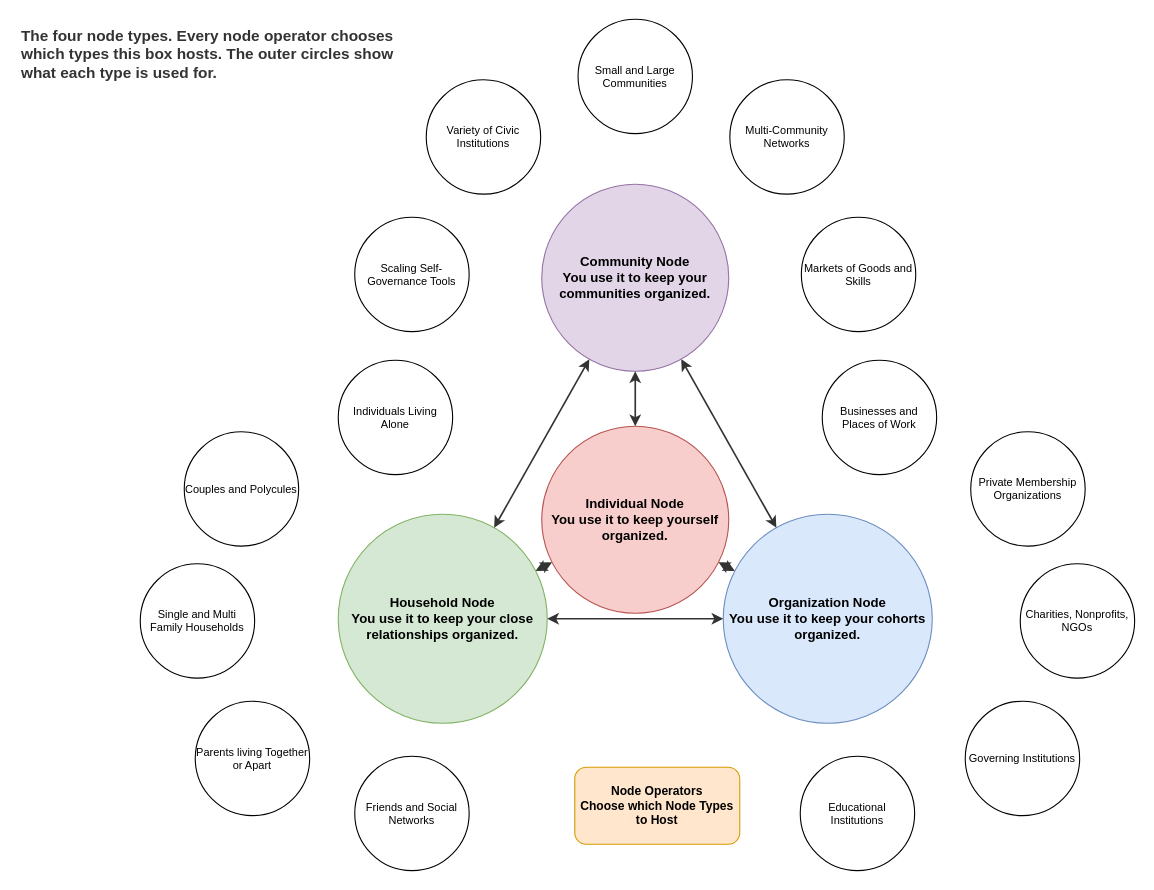
Earlier version of the draw.io diagram page "1 Node types" (1 of 4) of docs/architecture/NODE_PARADIGM.drawio (CosmopolitanCoalition/fair-constitution-app). Source tidied: cells renumbered, new cells numbered last; positions are measured from the earlier drawing's top-left corner, leaving out a move shared by most shapes. Both pictures are drawn from the tidied source at 110%, with x=0, y=0 at pixel (19, 19).
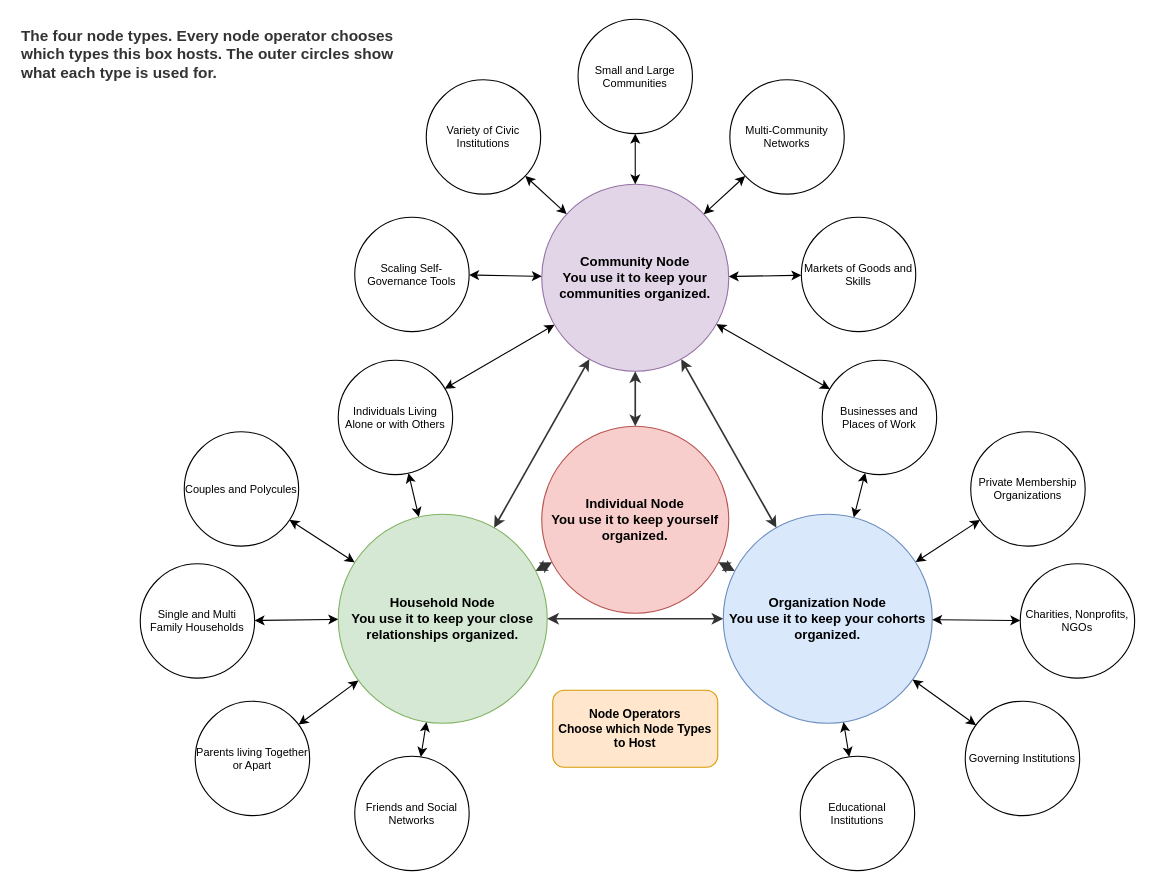
Above is the later version.

The change refers to these unchanged cells:
```xml
<mxCell id="3" value="Community Node&lt;br&gt;You use it to keep your communities organized." style="ellipse;whiteSpace=wrap;html=1;fillColor=#e1d5e7;strokeColor=#9673a6;fontSize=12;align=center;verticalAlign=middle;fontStyle=1;" parent="1" vertex="1">
  <mxGeometry x="475" y="150" width="170" height="170" as="geometry" />
</mxCell>
<mxCell id="5" value="Household Node&lt;br&gt;You use it to keep your close relationships organized." style="ellipse;whiteSpace=wrap;html=1;fillColor=#d5e8d4;strokeColor=#82b366;fontSize=12;align=center;verticalAlign=middle;fontStyle=1;" parent="1" vertex="1">
  <mxGeometry x="290" y="450" width="190" height="190" as="geometry" />
</mxCell>
<mxCell id="6" value="Organization Node&lt;br&gt;You use it to keep your cohorts organized." style="ellipse;whiteSpace=wrap;html=1;fillColor=#dae8fc;strokeColor=#6c8ebf;fontSize=12;align=center;verticalAlign=middle;fontStyle=1;" parent="1" vertex="1">
  <mxGeometry x="640" y="450" width="190" height="190" as="geometry" />
</mxCell>
<mxCell id="13" value="Small and Large Communities" style="ellipse;whiteSpace=wrap;html=1;fillColor=#ffffff;strokeColor=#000000;fontSize=10;align=center;verticalAlign=middle;" parent="1" vertex="1">
  <mxGeometry x="508" width="104" height="104" as="geometry" />
</mxCell>
<mxCell id="14" value="Variety of Civic Institutions" style="ellipse;whiteSpace=wrap;html=1;fillColor=#ffffff;strokeColor=#000000;fontSize=10;align=center;verticalAlign=middle;" parent="1" vertex="1">
  <mxGeometry x="370" y="55" width="104" height="104" as="geometry" />
</mxCell>
<mxCell id="15" value="Multi-Community Networks" style="ellipse;whiteSpace=wrap;html=1;fillColor=#ffffff;strokeColor=#000000;fontSize=10;align=center;verticalAlign=middle;" parent="1" vertex="1">
  <mxGeometry x="646" y="55" width="104" height="104" as="geometry" />
</mxCell>
<mxCell id="16" value="Scaling Self-Governance Tools" style="ellipse;whiteSpace=wrap;html=1;fillColor=#ffffff;strokeColor=#000000;fontSize=10;align=center;verticalAlign=middle;" parent="1" vertex="1">
  <mxGeometry x="305" y="180" width="104" height="104" as="geometry" />
</mxCell>
<mxCell id="17" value="Markets of Goods and Skills" style="ellipse;whiteSpace=wrap;html=1;fillColor=#ffffff;strokeColor=#000000;fontSize=10;align=center;verticalAlign=middle;" parent="1" vertex="1">
  <mxGeometry x="711" y="180" width="104" height="104" as="geometry" />
</mxCell>
<mxCell id="19" value="Couples and Polycules" style="ellipse;whiteSpace=wrap;html=1;fillColor=#ffffff;strokeColor=#000000;fontSize=10;align=center;verticalAlign=middle;" parent="1" vertex="1">
  <mxGeometry x="150" y="375" width="104" height="104" as="geometry" />
</mxCell>
<mxCell id="20" value="Single and Multi Family Households" style="ellipse;whiteSpace=wrap;html=1;fillColor=#ffffff;strokeColor=#000000;fontSize=10;align=center;verticalAlign=middle;" parent="1" vertex="1">
  <mxGeometry x="110" y="495" width="104" height="104" as="geometry" />
</mxCell>
<mxCell id="21" value="Parents living Together or Apart" style="ellipse;whiteSpace=wrap;html=1;fillColor=#ffffff;strokeColor=#000000;fontSize=10;align=center;verticalAlign=middle;" parent="1" vertex="1">
  <mxGeometry x="160" y="620" width="104" height="104" as="geometry" />
</mxCell>
<mxCell id="22" value="Friends and Social Networks" style="ellipse;whiteSpace=wrap;html=1;fillColor=#ffffff;strokeColor=#000000;fontSize=10;align=center;verticalAlign=middle;" parent="1" vertex="1">
  <mxGeometry x="305" y="670" width="104" height="104" as="geometry" />
</mxCell>
<mxCell id="23" value="Businesses and Places of Work" style="ellipse;whiteSpace=wrap;html=1;fillColor=#ffffff;strokeColor=#000000;fontSize=10;align=center;verticalAlign=middle;" parent="1" vertex="1">
  <mxGeometry x="730" y="310" width="104" height="104" as="geometry" />
</mxCell>
<mxCell id="24" value="Private Membership Organizations" style="ellipse;whiteSpace=wrap;html=1;fillColor=#ffffff;strokeColor=#000000;fontSize=10;align=center;verticalAlign=middle;" parent="1" vertex="1">
  <mxGeometry x="865" y="375" width="104" height="104" as="geometry" />
</mxCell>
<mxCell id="25" value="Charities, Nonprofits, NGOs" style="ellipse;whiteSpace=wrap;html=1;fillColor=#ffffff;strokeColor=#000000;fontSize=10;align=center;verticalAlign=middle;" parent="1" vertex="1">
  <mxGeometry x="910" y="495" width="104" height="104" as="geometry" />
</mxCell>
<mxCell id="26" value="Governing Institutions" style="ellipse;whiteSpace=wrap;html=1;fillColor=#ffffff;strokeColor=#000000;fontSize=10;align=center;verticalAlign=middle;" parent="1" vertex="1">
  <mxGeometry x="860" y="620" width="104" height="104" as="geometry" />
</mxCell>
<mxCell id="27" value="Educational Institutions" style="ellipse;whiteSpace=wrap;html=1;fillColor=#ffffff;strokeColor=#000000;fontSize=10;align=center;verticalAlign=middle;" parent="1" vertex="1">
  <mxGeometry x="710" y="670" width="104" height="104" as="geometry" />
</mxCell>
```

What changed in the source:
```diff
@@
-    <mxCell id="18" value="Individuals Living Alone" style="ellipse;whiteSpace=wrap;html=1;fillColor=#ffffff;strokeColor=#000000;fontSize=10;align=center;verticalAlign=middle;" parent="1" vertex="1">
+    <mxCell id="18" value="Individuals Living Alone or with Others" style="ellipse;whiteSpace=wrap;html=1;fillColor=#ffffff;strokeColor=#000000;fontSize=10;align=center;verticalAlign=middle;" parent="1" vertex="1">
       <mxGeometry x="290" y="310" width="104" height="104" as="geometry" />
     </mxCell>
@@
     <mxCell id="28" value="Node Operators&lt;br&gt;Choose which Node Types to Host" style="rounded=1;whiteSpace=wrap;html=1;fillColor=#ffe6cc;strokeColor=#d79b00;fontSize=11;align=center;verticalAlign=middle;fontStyle=1;" parent="1" vertex="1">
-      <mxGeometry x="505" y="680" width="150" height="70" as="geometry" />
+      <mxGeometry x="485" y="610" width="150" height="70" as="geometry" />
     </mxCell>
+    <mxCell id="29" style="endArrow=classic;startArrow=classic;html=1;rounded=0;" parent="1" edge="1" source="16" target="3">
+      <mxGeometry relative="1" as="geometry" />
+    </mxCell>
+    <mxCell id="30" style="endArrow=classic;startArrow=classic;html=1;rounded=0;" parent="1" edge="1" source="18" target="5">
+      <mxGeometry relative="1" as="geometry" />
+    </mxCell>
+    <mxCell id="31" style="endArrow=classic;startArrow=classic;html=1;rounded=0;" parent="1" edge="1" source="5" target="19">
+      <mxGeometry relative="1" as="geometry" />
+    </mxCell>
+    <mxCell id="32" style="endArrow=classic;startArrow=classic;html=1;rounded=0;" parent="1" edge="1" source="5" target="20">
+      <mxGeometry relative="1" as="geometry" />
+    </mxCell>
+    <mxCell id="33" style="endArrow=classic;startArrow=classic;html=1;rounded=0;" parent="1" edge="1" source="5" target="21">
+      <mxGeometry relative="1" as="geometry" />
+    </mxCell>
+    <mxCell id="34" style="endArrow=classic;startArrow=classic;html=1;rounded=0;" parent="1" edge="1" source="13" target="3">
+      <mxGeometry relative="1" as="geometry" />
+    </mxCell>
+    <mxCell id="35" style="endArrow=classic;startArrow=classic;html=1;rounded=0;" parent="1" edge="1" source="15" target="3">
+      <mxGeometry relative="1" as="geometry" />
+    </mxCell>
+    <mxCell id="36" style="endArrow=classic;startArrow=classic;html=1;rounded=0;" parent="1" edge="1" source="3" target="23">
+      <mxGeometry relative="1" as="geometry" />
+    </mxCell>
+    <mxCell id="37" style="endArrow=classic;startArrow=classic;html=1;rounded=0;" parent="1" edge="1" source="3" target="17">
+      <mxGeometry relative="1" as="geometry" />
+    </mxCell>
+    <mxCell id="38" style="endArrow=classic;startArrow=classic;html=1;rounded=0;" parent="1" edge="1" source="6" target="24">
+      <mxGeometry relative="1" as="geometry" />
+    </mxCell>
+    <mxCell id="39" style="endArrow=classic;startArrow=classic;html=1;rounded=0;" parent="1" edge="1" source="25" target="6">
+      <mxGeometry relative="1" as="geometry" />
+    </mxCell>
+    <mxCell id="40" style="endArrow=classic;startArrow=classic;html=1;rounded=0;" parent="1" edge="1" source="26" target="6">
+      <mxGeometry relative="1" as="geometry" />
+    </mxCell>
+    <mxCell id="41" style="endArrow=classic;startArrow=classic;html=1;rounded=0;" parent="1" edge="1" source="27" target="6">
+      <mxGeometry relative="1" as="geometry" />
+    </mxCell>
+    <mxCell id="42" style="endArrow=classic;startArrow=classic;html=1;rounded=0;" parent="1" edge="1" source="22" target="5">
+      <mxGeometry relative="1" as="geometry" />
+    </mxCell>
+    <mxCell id="43" style="endArrow=classic;startArrow=classic;html=1;rounded=0;" parent="1" edge="1" source="14" target="3">
+      <mxGeometry relative="1" as="geometry" />
+    </mxCell>
+    <mxCell id="44" style="endArrow=classic;startArrow=classic;html=1;rounded=0;" parent="1" edge="1" source="6" target="23">
+      <mxGeometry relative="1" as="geometry" />
+    </mxCell>
+    <mxCell id="45" style="endArrow=classic;startArrow=classic;html=1;rounded=0;" parent="1" edge="1" source="18" target="3">
+      <mxGeometry relative="1" as="geometry" />
+    </mxCell>
```
